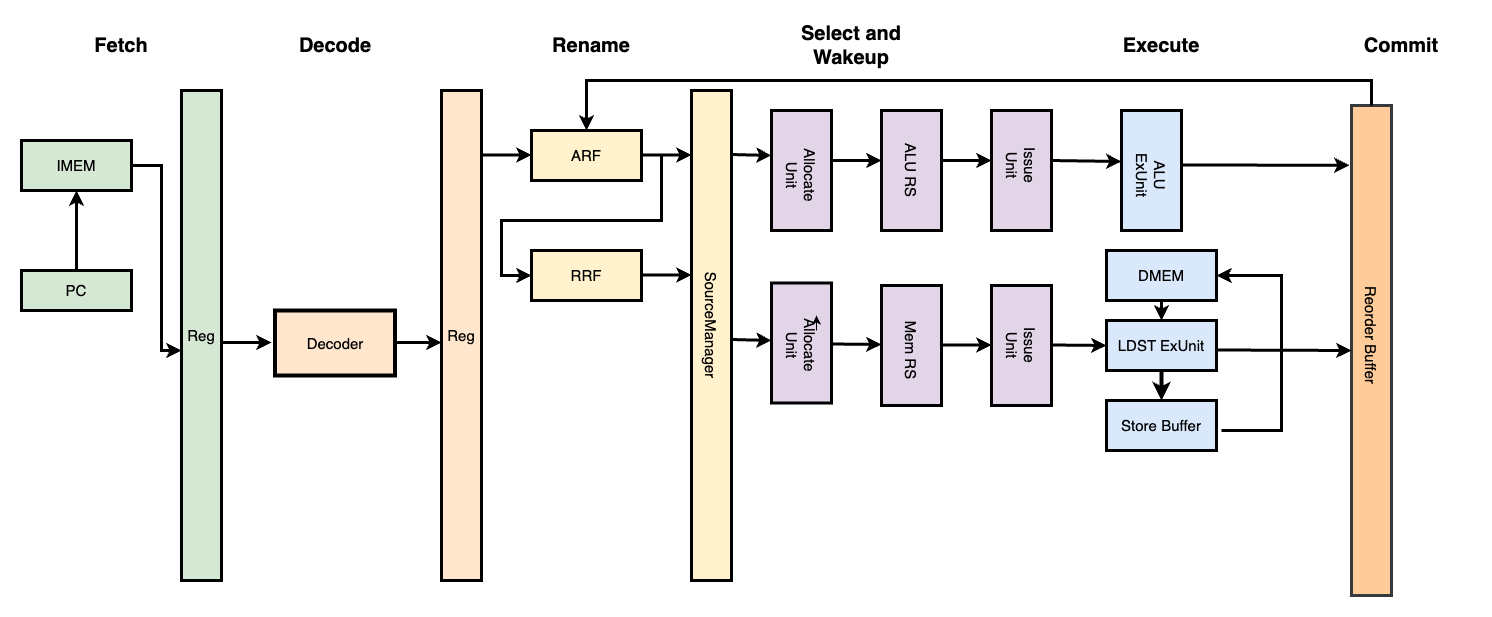
Earlier version of the draw.io export docs/HeliosXCore/figures/HeliosXCorePipeline.png (HeliosXCore/HeliosXCore). Source tidied: cells renumbered, new cells last; positions are measured from the earlier drawing's top-left corner, leaving out a move shared by most shapes.
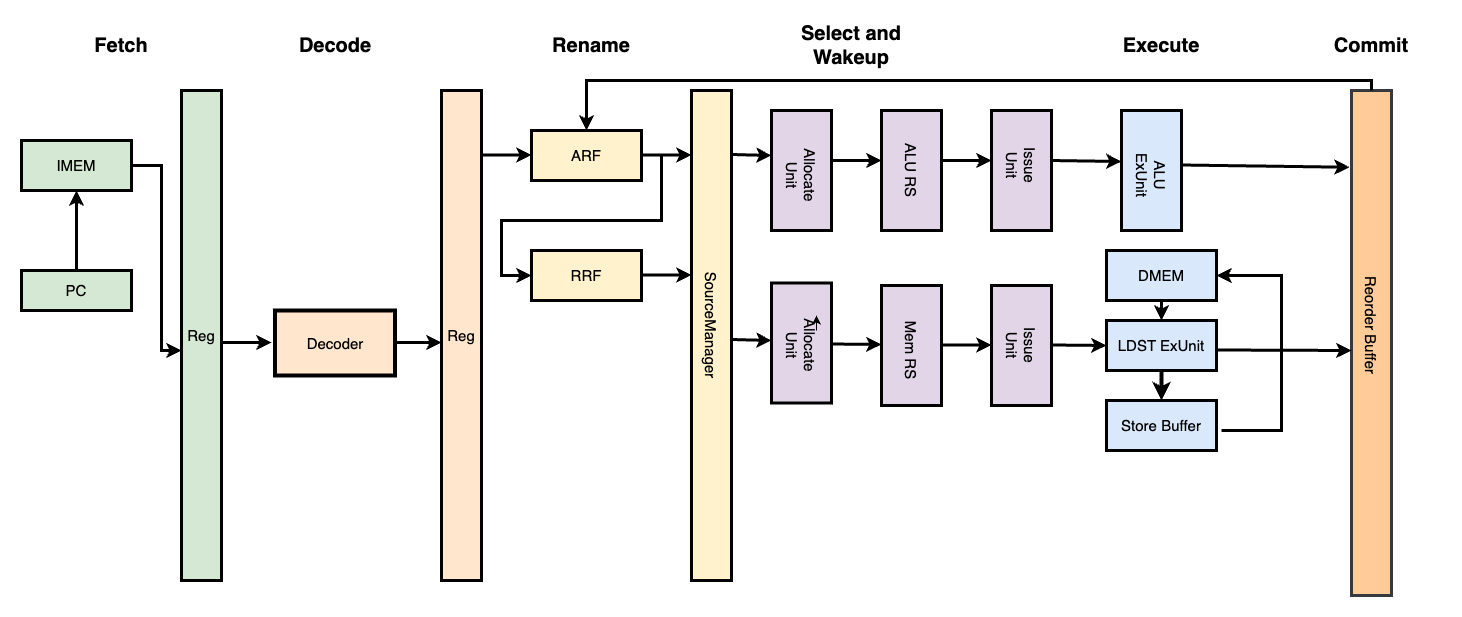
After the commit.

Commit message:
fix pipeline figures.

Change to the diagram source:
```diff
@@ -212,13 +212,18 @@
     <mxCell id="52" value="&lt;span style=&quot;font-size: 20px;&quot;&gt;&lt;b&gt;Execute&lt;/b&gt;&lt;/span&gt;" style="text;html=1;align=center;verticalAlign=middle;whiteSpace=wrap;rounded=0;" parent="1" vertex="1">
       <mxGeometry x="1070" width="140" height="50" as="geometry" />
     </mxCell>
+    <mxCell id="59" style="edgeStyle=none;rounded=0;jettySize=auto;html=1;exitX=0.5;exitY=0;exitDx=0;exitDy=0;strokeColor=default;align=center;verticalAlign=middle;fontFamily=Helvetica;fontSize=11;fontColor=default;labelBackgroundColor=default;endArrow=classic;" parent="1" edge="1" source="53">
+      <mxGeometry relative="1" as="geometry">
+        <mxPoint x="1350" y="80" as="targetPoint" />
+      </mxGeometry>
+    </mxCell>
     <mxCell id="53" style="rounded=0;whiteSpace=wrap;html=1;fillColor=#ffcc99;strokeColor=#36393d;strokeWidth=3;" parent="1" vertex="1">
-      <mxGeometry x="1330" y="85" width="40" height="490" as="geometry" />
+      <mxGeometry x="1330" y="70" width="40" height="505" as="geometry" />
     </mxCell>
     <mxCell id="54" value="&lt;span style=&quot;font-size: 15px;&quot;&gt;Reorder Buffer&lt;/span&gt;" style="text;html=1;align=center;verticalAlign=middle;whiteSpace=wrap;rounded=0;rotation=90;" parent="1" vertex="1">
-      <mxGeometry x="1285" y="300" width="130" height="30" as="geometry" />
+      <mxGeometry x="1285" y="290" width="130" height="30" as="geometry" />
     </mxCell>
-    <mxCell id="55" style="endArrow=classic;html=1;rounded=0;strokeWidth=3;entryX=-0.05;entryY=0.122;entryDx=0;entryDy=0;entryPerimeter=0;" parent="1" edge="1" target="53">
+    <mxCell id="55" style="endArrow=classic;html=1;rounded=0;strokeWidth=3;entryX=-0.05;entryY=0.152;entryDx=0;entryDy=0;entryPerimeter=0;" parent="1" edge="1" target="53">
       <mxGeometry relative="1" as="geometry">
         <mxPoint x="1160" y="144.5" as="sourcePoint" />
       </mxGeometry>
@@ -230,7 +235,7 @@
       </mxGeometry>
     </mxCell>
     <mxCell id="57" value="&lt;span style=&quot;font-size: 20px;&quot;&gt;&lt;b&gt;Commit&lt;/b&gt;&lt;/span&gt;" style="text;html=1;align=center;verticalAlign=middle;whiteSpace=wrap;rounded=0;" parent="1" vertex="1">
-      <mxGeometry x="1310" width="140" height="50" as="geometry" />
+      <mxGeometry x="1280" width="140" height="50" as="geometry" />
     </mxCell>
     <mxCell id="58" style="endArrow=classic;html=1;rounded=0;strokeColor=default;align=center;verticalAlign=middle;fontFamily=Helvetica;fontSize=11;fontColor=default;labelBackgroundColor=default;exitX=0.5;exitY=0;exitDx=0;exitDy=0;entryX=0.5;entryY=0;entryDx=0;entryDy=0;strokeWidth=3;" parent="1" edge="1" source="53" target="13">
       <mxGeometry relative="1" as="geometry">
```
